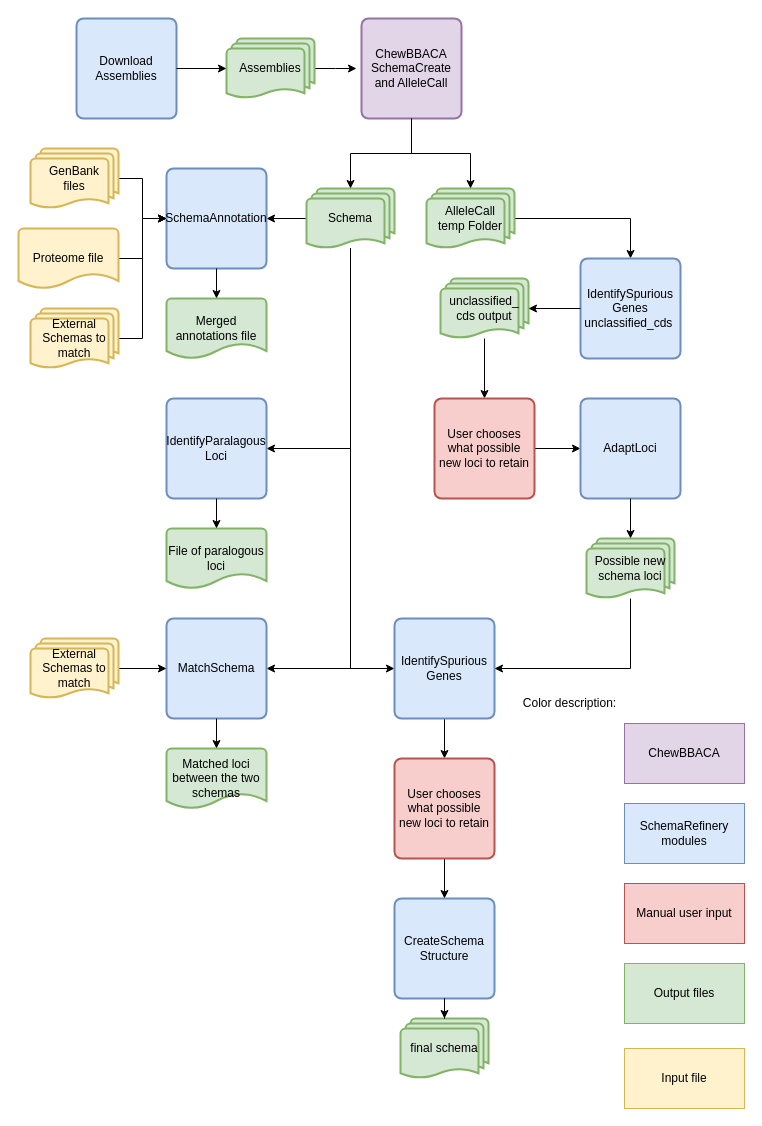
Before: SchemaRefinery/docs/SchemaRefinery/Modules/source/Schema_creation_workflow.drawio in B-UMMI/Schema_Refinery, a draw.io diagram. Source tidied: cells renumbered, new cells numbered last; positions are measured from the earlier drawing's top-left corner, leaving out a move shared by most shapes. Both pictures are drawn from the tidied source at 100%, with x=0, y=0 at pixel (18, 18).
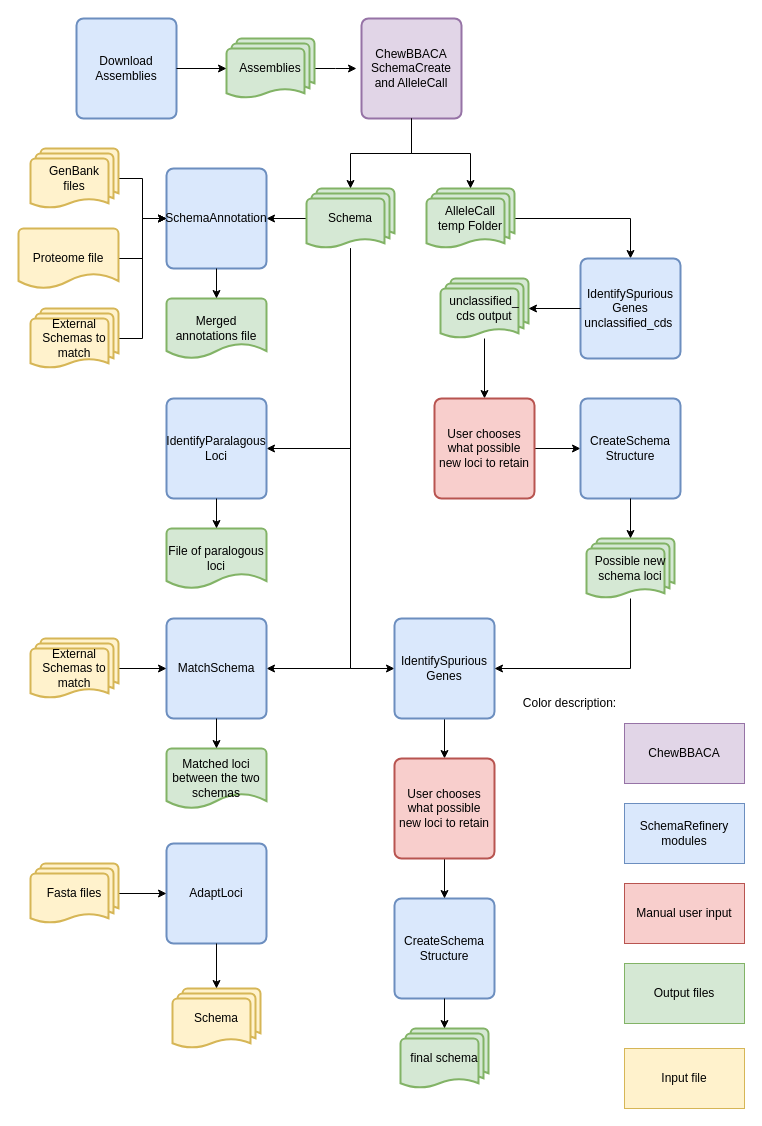
The same diagram, later.

What changed in the source:
```diff
@@
-    <mxCell id="40" value="AdaptLoci" style="rounded=1;whiteSpace=wrap;html=1;absoluteArcSize=1;arcSize=14;strokeWidth=2;fillColor=#dae8fc;strokeColor=#6c8ebf;" parent="1" vertex="1">
+    <mxCell id="40" value="CreateSchema&lt;div&gt;Structure&lt;/div&gt;" style="rounded=1;whiteSpace=wrap;html=1;absoluteArcSize=1;arcSize=14;strokeWidth=2;fillColor=#dae8fc;strokeColor=#6c8ebf;" parent="1" vertex="1">
       <mxGeometry x="562" y="380" width="100" height="100" as="geometry" />
     </mxCell>
@@
     <mxCell id="48" value="final schema" style="strokeWidth=2;html=1;shape=mxgraph.flowchart.multi-document;whiteSpace=wrap;fillColor=#d5e8d4;strokeColor=#82b366;" parent="1" vertex="1">
-      <mxGeometry x="382" y="1000" width="88" height="60" as="geometry" />
+      <mxGeometry x="382" y="1010" width="88" height="60" as="geometry" />
     </mxCell>
@@
+    <mxCell id="56" value="AdaptLoci" style="rounded=1;whiteSpace=wrap;html=1;absoluteArcSize=1;arcSize=14;strokeWidth=2;fillColor=#dae8fc;strokeColor=#6c8ebf;" parent="1" vertex="1">
+      <mxGeometry x="148" y="825" width="100" height="100" as="geometry" />
+    </mxCell>
+    <mxCell id="57" style="edgeStyle=orthogonalEdgeStyle;rounded=0;jettySize=auto;html=1;entryX=0;entryY=0.5;entryDx=0;entryDy=0;" parent="1" edge="1" source="58" target="56">
+      <mxGeometry relative="1" as="geometry" />
+    </mxCell>
+    <mxCell id="58" value="Fasta files" style="strokeWidth=2;html=1;shape=mxgraph.flowchart.multi-document;whiteSpace=wrap;fillColor=#fff2cc;strokeColor=#d6b656;" parent="1" vertex="1">
+      <mxGeometry x="12" y="845" width="88" height="60" as="geometry" />
+    </mxCell>
+    <mxCell id="59" value="Schema" style="strokeWidth=2;html=1;shape=mxgraph.flowchart.multi-document;whiteSpace=wrap;fillColor=#fff2cc;strokeColor=#d6b656;" parent="1" vertex="1">
+      <mxGeometry x="154" y="970" width="88" height="60" as="geometry" />
+    </mxCell>
+    <mxCell id="60" style="edgeStyle=orthogonalEdgeStyle;rounded=0;jettySize=auto;html=1;entryX=0.5;entryY=0;entryDx=0;entryDy=0;entryPerimeter=0;" parent="1" edge="1" source="56" target="59">
+      <mxGeometry relative="1" as="geometry" />
+    </mxCell>
```
